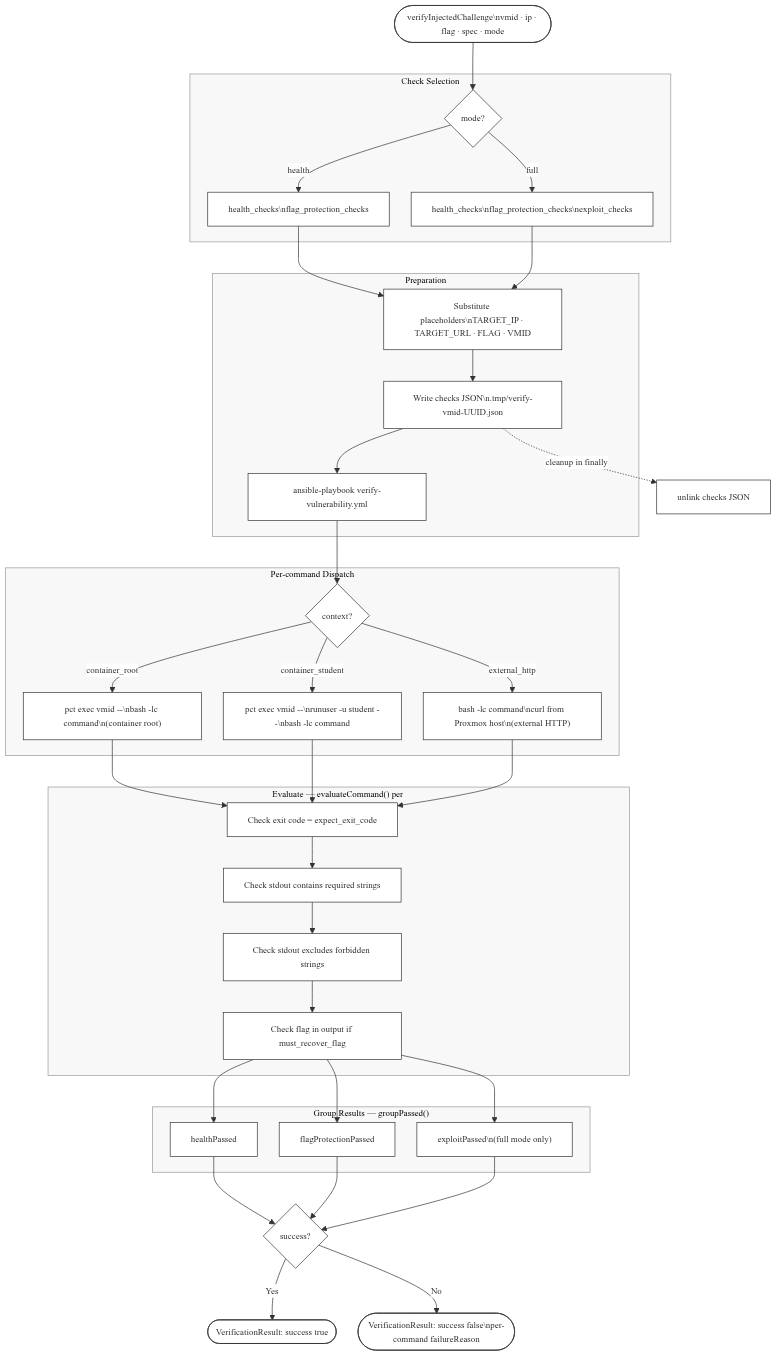
Haris-AK/vulnforge-dissertation keeps this Mermaid diagram as mermaid/from-spec/verification_flow.png. Above is the earlier version. Its source is kept beside it as mermaid/from-spec/verification_flow.mmd.
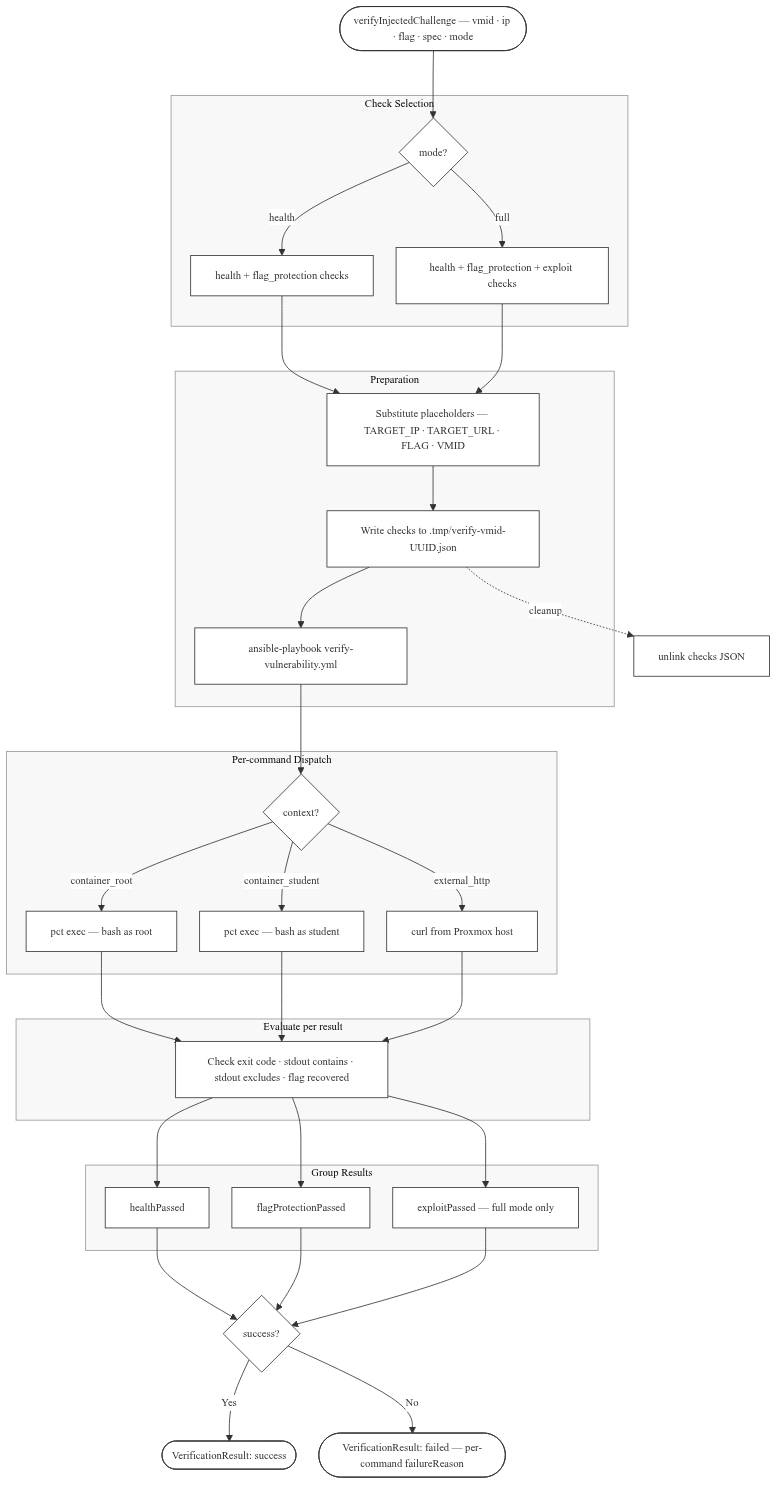
Later version of the same file.

Change to the diagram source:
```diff
@@ -1,8 +1,8 @@
 %%{init: {
   "flowchart": {
     "htmlLabels": true,
-    "nodeSpacing": 32,
-    "rankSpacing": 46,
+    "nodeSpacing": 28,
+    "rankSpacing": 55,
     "curve": "basis"
   },
   "theme": "base",
@@ -17,64 +17,49 @@
   }
 }}%%
 flowchart TD
-    START([verifyInjectedChallenge\nvmid · ip · flag · spec · mode])
+    START(["verifyInjectedChallenge — vmid · ip · flag · spec · mode"])
 
     subgraph SELECTION["Check Selection"]
         SELECT{mode?}
-        HC_FP["health_checks\nflag_protection_checks"]
-        HC_FP_EX["health_checks\nflag_protection_checks\nexploit_checks"]
+        HC_FP["health + flag_protection checks"]
+        HC_FP_EX["health + flag_protection + exploit checks"]
         SELECT -->|health| HC_FP
         SELECT -->|full| HC_FP_EX
     end
 
     subgraph PREPARATION["Preparation"]
-        SUBST["Substitute placeholders\nTARGET_IP · TARGET_URL · FLAG · VMID"]
-        WRITE["Write checks JSON\n.tmp/verify-vmid-UUID.json"]
+        SUBST["Substitute placeholders — TARGET_IP · TARGET_URL · FLAG · VMID"]
+        WRITE["Write checks to .tmp/verify-vmid-UUID.json"]
         PLAYBOOK["ansible-playbook verify-vulnerability.yml"]
     end
 
     subgraph DISPATCH["Per-command Dispatch"]
         CTX{context?}
-        ROOT["pct exec vmid --\nbash -lc command\n(container root)"]
-        STUDENT["pct exec vmid --\nrunuser -u student --\nbash -lc command"]
-        HTTP["bash -lc command\ncurl from Proxmox host\n(external HTTP)"]
+        ROOT["pct exec — bash as root"]
+        STUDENT["pct exec — bash as student"]
+        HTTP["curl from Proxmox host"]
         CTX -->|container_root| ROOT
         CTX -->|container_student| STUDENT
         CTX -->|external_http| HTTP
     end
 
-    subgraph EVALUATE["Evaluate — evaluateCommand() per result"]
-        EC["Check exit code = expect_exit_code"]
-        SC["Check stdout contains required strings"]
-        SN["Check stdout excludes forbidden strings"]
-        MF["Check flag in output if must_recover_flag"]
+    subgraph EVALUATE["Evaluate per result"]
+        CHECKS["Check exit code · stdout contains · stdout excludes · flag recovered"]
     end
 
-    subgraph GROUP["Group Results — groupPassed()"]
+    subgraph GROUP["Group Results"]
         HP[healthPassed]
         FP[flagProtectionPassed]
-        EP["exploitPassed\n(full mode only)"]
+        EP["exploitPassed — full mode only"]
     end
 
     START --> SELECT
-    HC_FP --> SUBST
-    HC_FP_EX --> SUBST
-    SUBST --> WRITE
-    WRITE --> PLAYBOOK
-    PLAYBOOK --> CTX
-    ROOT --> EC
-    STUDENT --> EC
-    HTTP --> EC
-    EC --> SC --> SN --> MF
-    MF --> HP
-    MF --> FP
-    MF --> EP
-    HP --> RESULT
-    FP --> RESULT
-    EP --> RESULT
+    HC_FP & HC_FP_EX --> SUBST --> WRITE --> PLAYBOOK --> CTX
+    ROOT & STUDENT & HTTP --> CHECKS
+    CHECKS --> HP & FP & EP --> RESULT
 
     RESULT{success?}
-    RESULT -->|Yes| OK([VerificationResult: success true])
-    RESULT -->|No| FAIL([VerificationResult: success false\nper-command failureReason])
+    RESULT -->|Yes| OK(["VerificationResult: success"])
+    RESULT -->|No| FAIL(["VerificationResult: failed — per-command failureReason"])
 
-    WRITE -.->|cleanup in finally| DEL["unlink checks JSON"]
+    WRITE -.->|cleanup| DEL["unlink checks JSON"]
```
